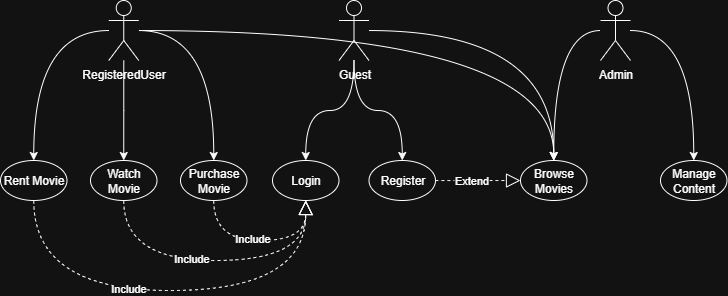
This is cinema-uml-project/diagrams/use-case.png from QuantumFluctuat10n/cpp-homeworks, a draw.io export, as it was before one commit. Source tidied: cells renumbered, new cells last; positions are measured from the earlier drawing's top-left corner, leaving out a move shared by most shapes. Source of this version:
```xml
<mxGraphModel>
  <root>
    <mxCell id="0" />
    <mxCell id="1" parent="0" />
    <mxCell id="2" style="edgeStyle=orthogonalEdgeStyle;rounded=0;jettySize=auto;html=1;curved=1;" parent="1" edge="1" source="4" target="15">
      <mxGeometry relative="1" as="geometry" />
    </mxCell>
    <mxCell id="3" style="edgeStyle=orthogonalEdgeStyle;rounded=0;jettySize=auto;html=1;curved=1;" parent="1" edge="1" source="4" target="19">
      <mxGeometry relative="1" as="geometry" />
    </mxCell>
    <mxCell id="4" value="Admin" style="shape=umlActor;verticalLabelPosition=bottom;verticalAlign=top;html=1;" parent="1" vertex="1">
      <mxGeometry x="600" width="30" height="60" as="geometry" />
    </mxCell>
    <mxCell id="5" style="edgeStyle=orthogonalEdgeStyle;rounded=0;jettySize=auto;html=1;curved=1;" parent="1" edge="1" source="8" target="14">
      <mxGeometry relative="1" as="geometry" />
    </mxCell>
    <mxCell id="6" style="edgeStyle=orthogonalEdgeStyle;rounded=0;jettySize=auto;html=1;curved=1;" parent="1" edge="1" source="8" target="20">
      <mxGeometry relative="1" as="geometry" />
    </mxCell>
    <mxCell id="7" style="edgeStyle=orthogonalEdgeStyle;rounded=0;jettySize=auto;html=1;curved=1;" parent="1" edge="1" source="8" target="19">
      <mxGeometry relative="1" as="geometry" />
    </mxCell>
    <mxCell id="8" value="Guest" style="shape=umlActor;verticalLabelPosition=bottom;verticalAlign=top;html=1;" parent="1" vertex="1">
      <mxGeometry x="338.5" width="30" height="60" as="geometry" />
    </mxCell>
    <mxCell id="9" style="edgeStyle=orthogonalEdgeStyle;rounded=0;jettySize=auto;html=1;curved=1;" parent="1" edge="1" source="13" target="17">
      <mxGeometry relative="1" as="geometry" />
    </mxCell>
    <mxCell id="10" style="edgeStyle=orthogonalEdgeStyle;rounded=0;jettySize=auto;html=1;" parent="1" edge="1" source="13" target="16">
      <mxGeometry relative="1" as="geometry" />
    </mxCell>
    <mxCell id="11" style="edgeStyle=orthogonalEdgeStyle;rounded=0;jettySize=auto;html=1;curved=1;" parent="1" edge="1" source="13" target="18">
      <mxGeometry relative="1" as="geometry" />
    </mxCell>
    <mxCell id="12" style="edgeStyle=orthogonalEdgeStyle;rounded=0;jettySize=auto;html=1;curved=1;" parent="1" edge="1" source="13" target="19">
      <mxGeometry relative="1" as="geometry" />
    </mxCell>
    <mxCell id="13" value="Registe&lt;span style=&quot;background-color: transparent; color: light-dark(rgb(0, 0, 0), rgb(255, 255, 255));&quot;&gt;redUser&lt;/span&gt;" style="shape=umlActor;verticalLabelPosition=bottom;verticalAlign=top;html=1;" parent="1" vertex="1">
      <mxGeometry x="108.2" width="30" height="60" as="geometry" />
    </mxCell>
    <mxCell id="14" value="Login" style="ellipse;whiteSpace=wrap;html=1;" parent="1" vertex="1">
      <mxGeometry x="272" y="160" width="66.5" height="40" as="geometry" />
    </mxCell>
    <mxCell id="15" value="Manage Content" style="ellipse;whiteSpace=wrap;html=1;" parent="1" vertex="1">
      <mxGeometry x="660" y="160" width="66.5" height="40" as="geometry" />
    </mxCell>
    <mxCell id="16" value="Watch Movie" style="ellipse;whiteSpace=wrap;html=1;" parent="1" vertex="1">
      <mxGeometry x="90" y="160" width="66.5" height="40" as="geometry" />
    </mxCell>
    <mxCell id="17" value="Rent Movie" style="ellipse;whiteSpace=wrap;html=1;" parent="1" vertex="1">
      <mxGeometry y="160" width="66.5" height="40" as="geometry" />
    </mxCell>
    <mxCell id="18" value="Purchase Movie" style="ellipse;whiteSpace=wrap;html=1;" parent="1" vertex="1">
      <mxGeometry x="180" y="160" width="66.5" height="40" as="geometry" />
    </mxCell>
    <mxCell id="19" value="Browse Movies" style="ellipse;whiteSpace=wrap;html=1;" parent="1" vertex="1">
      <mxGeometry x="520" y="160" width="66.5" height="40" as="geometry" />
    </mxCell>
    <mxCell id="20" value="Register" style="ellipse;whiteSpace=wrap;html=1;" parent="1" vertex="1">
      <mxGeometry x="368.5" y="160" width="66.5" height="40" as="geometry" />
    </mxCell>
    <mxCell id="21" style="endArrow=block;dashed=1;endFill=0;endSize=12;html=1;rounded=0;edgeStyle=orthogonalEdgeStyle;curved=1;" parent="1" edge="1" source="17" target="14">
      <mxGeometry relative="1" as="geometry">
        <Array as="points">
          <mxPoint x="33" y="290" />
          <mxPoint x="305" y="290" />
        </Array>
      </mxGeometry>
    </mxCell>
    <mxCell id="22" value="Include" style="edgeLabel;html=1;align=center;verticalAlign=middle;" parent="21" vertex="1">
      <mxGeometry x="-0.24" y="2" relative="1" as="geometry">
        <mxPoint x="13" as="offset" />
      </mxGeometry>
    </mxCell>
    <mxCell id="23" style="endArrow=block;dashed=1;endFill=0;endSize=12;html=1;rounded=0;edgeStyle=orthogonalEdgeStyle;curved=1;" parent="1" edge="1" source="16" target="14">
      <mxGeometry relative="1" as="geometry">
        <Array as="points">
          <mxPoint x="123" y="260" />
          <mxPoint x="305" y="260" />
        </Array>
      </mxGeometry>
    </mxCell>
    <mxCell id="24" value="Include" style="edgeLabel;html=1;align=center;verticalAlign=middle;" parent="23" vertex="1">
      <mxGeometry x="-0.24" y="2" relative="1" as="geometry">
        <mxPoint x="13" as="offset" />
      </mxGeometry>
    </mxCell>
    <mxCell id="25" style="endArrow=block;dashed=1;endFill=0;endSize=12;html=1;rounded=0;edgeStyle=orthogonalEdgeStyle;curved=1;" parent="1" edge="1" source="18" target="14">
      <mxGeometry relative="1" as="geometry">
        <Array as="points">
          <mxPoint x="213" y="240" />
          <mxPoint x="305" y="240" />
        </Array>
      </mxGeometry>
    </mxCell>
    <mxCell id="26" value="Include" style="edgeLabel;html=1;align=center;verticalAlign=middle;" parent="25" vertex="1">
      <mxGeometry x="-0.24" y="2" relative="1" as="geometry">
        <mxPoint x="13" as="offset" />
      </mxGeometry>
    </mxCell>
    <mxCell id="27" style="endArrow=block;dashed=1;endFill=0;endSize=12;html=1;rounded=0;edgeStyle=orthogonalEdgeStyle;curved=1;" parent="1" edge="1" source="20" target="19">
      <mxGeometry relative="1" as="geometry">
        <Array as="points">
          <mxPoint x="450" y="180" />
          <mxPoint x="450" y="180" />
        </Array>
      </mxGeometry>
    </mxCell>
    <mxCell id="28" value="Extend" style="edgeLabel;html=1;align=center;verticalAlign=middle;" parent="27" vertex="1">
      <mxGeometry x="-0.24" y="2" relative="1" as="geometry">
        <mxPoint x="3" y="2" as="offset" />
      </mxGeometry>
    </mxCell>
  </root>
</mxGraphModel>
```
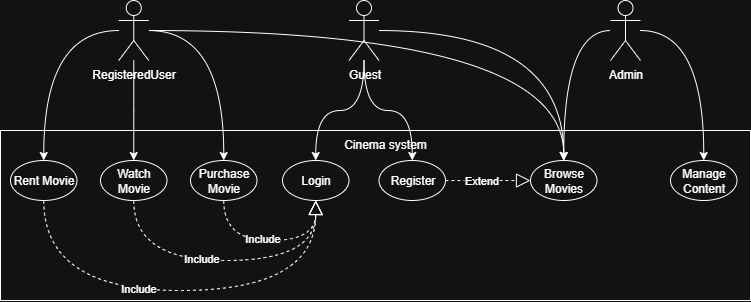
The same file after the commit.

Change to the diagram source:
```diff
@@ -2,6 +2,9 @@
   <root>
     <mxCell id="0" />
     <mxCell id="1" parent="0" />
+    <mxCell id="29" value="Cinema system" style="shape=module;align=left;spacingLeft=20;align=center;verticalAlign=top;whiteSpace=wrap;html=1;jettyWidth=0;jettyHeight=0;" parent="1" vertex="1">
+      <mxGeometry x="-10" y="130" width="750" height="170" as="geometry" />
+    </mxCell>
     <mxCell id="2" style="edgeStyle=orthogonalEdgeStyle;rounded=0;jettySize=auto;html=1;curved=1;" parent="1" edge="1" source="4" target="15">
       <mxGeometry relative="1" as="geometry" />
     </mxCell>
@@ -67,11 +70,11 @@
         </Array>
       </mxGeometry>
     </mxCell>
-    <mxCell id="22" value="Include" style="edgeLabel;html=1;align=center;verticalAlign=middle;" parent="21" vertex="1">
-      <mxGeometry x="-0.24" y="2" relative="1" as="geometry">
-        <mxPoint x="13" as="offset" />
-      </mxGeometry>
-    </mxCell>
+    <mxCell id="30" value="Include" style="edgeLabel;html=1;align=center;verticalAlign=middle;" parent="21" vertex="1">
+      <mxGeometry x="-0.24" y="2" relative="1" as="geometry">
+        <mxPoint x="13" as="offset" />
+      </mxGeometry>
+    </mxCell>
     <mxCell id="23" style="endArrow=block;dashed=1;endFill=0;endSize=12;html=1;rounded=0;edgeStyle=orthogonalEdgeStyle;curved=1;" parent="1" edge="1" source="16" target="14">
       <mxGeometry relative="1" as="geometry">
         <Array as="points">
@@ -80,11 +83,11 @@
         </Array>
       </mxGeometry>
     </mxCell>
-    <mxCell id="24" value="Include" style="edgeLabel;html=1;align=center;verticalAlign=middle;" parent="23" vertex="1">
-      <mxGeometry x="-0.24" y="2" relative="1" as="geometry">
-        <mxPoint x="13" as="offset" />
-      </mxGeometry>
-    </mxCell>
+    <mxCell id="31" value="Include" style="edgeLabel;html=1;align=center;verticalAlign=middle;" parent="23" vertex="1">
+      <mxGeometry x="-0.24" y="2" relative="1" as="geometry">
+        <mxPoint x="13" as="offset" />
+      </mxGeometry>
+    </mxCell>
     <mxCell id="25" style="endArrow=block;dashed=1;endFill=0;endSize=12;html=1;rounded=0;edgeStyle=orthogonalEdgeStyle;curved=1;" parent="1" edge="1" source="18" target="14">
       <mxGeometry relative="1" as="geometry">
         <Array as="points">
@@ -93,11 +96,11 @@
         </Array>
       </mxGeometry>
     </mxCell>
-    <mxCell id="26" value="Include" style="edgeLabel;html=1;align=center;verticalAlign=middle;" parent="25" vertex="1">
-      <mxGeometry x="-0.24" y="2" relative="1" as="geometry">
-        <mxPoint x="13" as="offset" />
-      </mxGeometry>
-    </mxCell>
+    <mxCell id="32" value="Include" style="edgeLabel;html=1;align=center;verticalAlign=middle;" parent="25" vertex="1">
+      <mxGeometry x="-0.24" y="2" relative="1" as="geometry">
+        <mxPoint x="13" as="offset" />
+      </mxGeometry>
+    </mxCell>
     <mxCell id="27" style="endArrow=block;dashed=1;endFill=0;endSize=12;html=1;rounded=0;edgeStyle=orthogonalEdgeStyle;curved=1;" parent="1" edge="1" source="20" target="19">
       <mxGeometry relative="1" as="geometry">
         <Array as="points">
```
